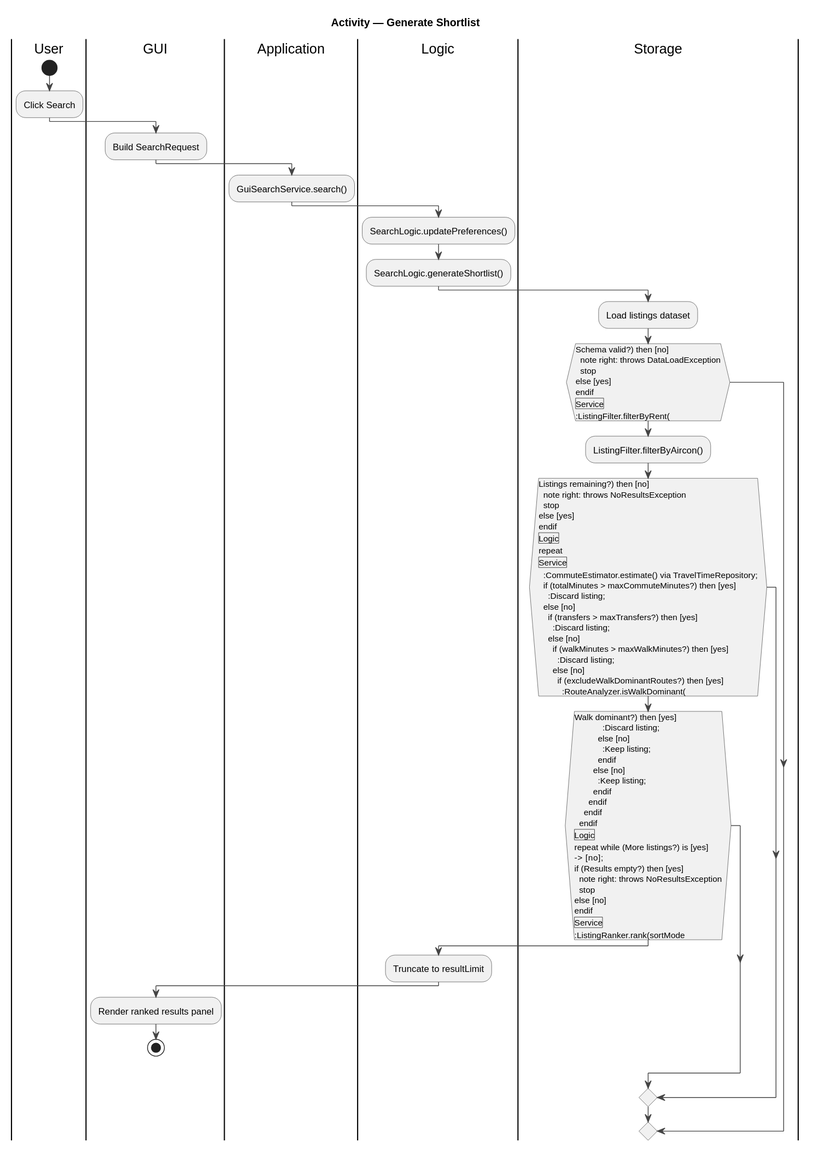
The PlantUML diagram docs/design/diagrams/activity-generate-shortlist.svg in PeterShanxin/MapsAroundYou, before a commit. The source it was exported from:
```plantuml
@startuml
!include _style.iuml
title Activity — Generate Shortlist

|User|
start
:Click Search;
|GUI|
:Build SearchRequest;
|Application|
:GuiSearchService.search();
|Logic|
:SearchLogic.updatePreferences();
:SearchLogic.generateShortlist();
|Storage|
:Load listings dataset;
if (Schema valid?) then [no]
  note right: throws DataLoadException
  stop
else [yes]
endif
|Service|
:ListingFilter.filterByRent();
:ListingFilter.filterByAircon();
if (Listings remaining?) then [no]
  note right: throws NoResultsException
  stop
else [yes]
endif
|Logic|
repeat
|Service|
  :CommuteEstimator.estimate() via TravelTimeRepository;
  if (totalMinutes > maxCommuteMinutes?) then [yes]
    :Discard listing;
  else [no]
    if (transfers > maxTransfers?) then [yes]
      :Discard listing;
    else [no]
      if (walkMinutes > maxWalkMinutes?) then [yes]
        :Discard listing;
      else [no]
        if (excludeWalkDominantRoutes?) then [yes]
          :RouteAnalyzer.isWalkDominant();
          if (Walk dominant?) then [yes]
            :Discard listing;
          else [no]
            :Keep listing;
          endif
        else [no]
          :Keep listing;
        endif
      endif
    endif
  endif
|Logic|
repeat while (More listings?) is [yes]
->  [no];
if (Results empty?) then [yes]
  note right: throws NoResultsException
  stop
else [no]
endif
|Service|
:ListingRanker.rank(sortMode);
|Logic|
:Truncate to resultLimit;
|GUI|
:Render ranked results panel;
stop
@enduml
```
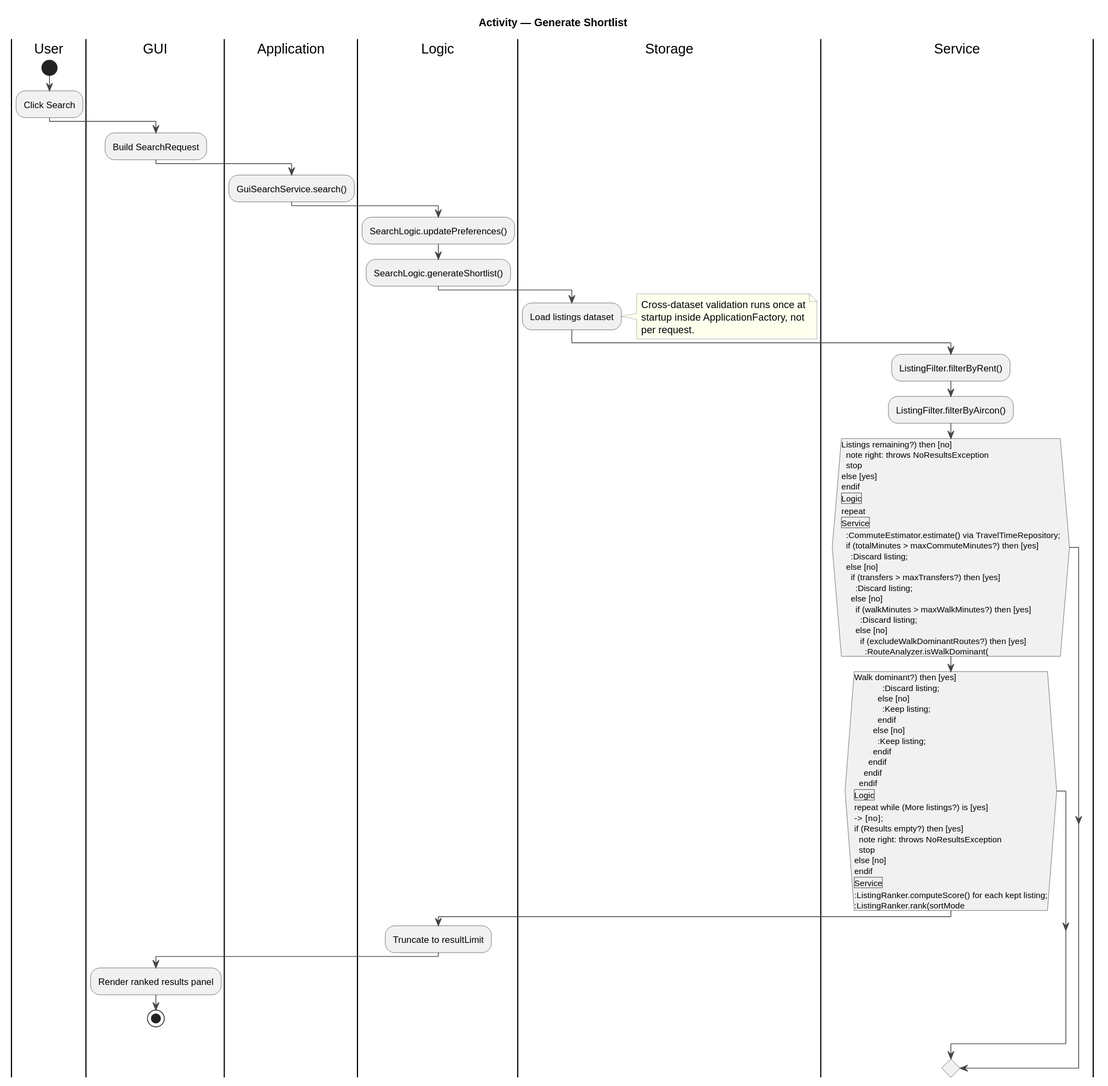
Later version of the same file.

Change to the diagram source:
```diff
@@ -14,11 +14,11 @@
 :SearchLogic.generateShortlist();
 |Storage|
 :Load listings dataset;
-if (Schema valid?) then [no]
-  note right: throws DataLoadException
-  stop
-else [yes]
-endif
+note right
+  Cross-dataset validation runs once at
+  startup inside ApplicationFactory, not
+  per request.
+end note
 |Service|
 :ListingFilter.filterByRent();
 :ListingFilter.filterByAircon();
@@ -62,6 +62,7 @@
 else [no]
 endif
 |Service|
+:ListingRanker.computeScore() for each kept listing;
 :ListingRanker.rank(sortMode);
 |Logic|
 :Truncate to resultLimit;
```
